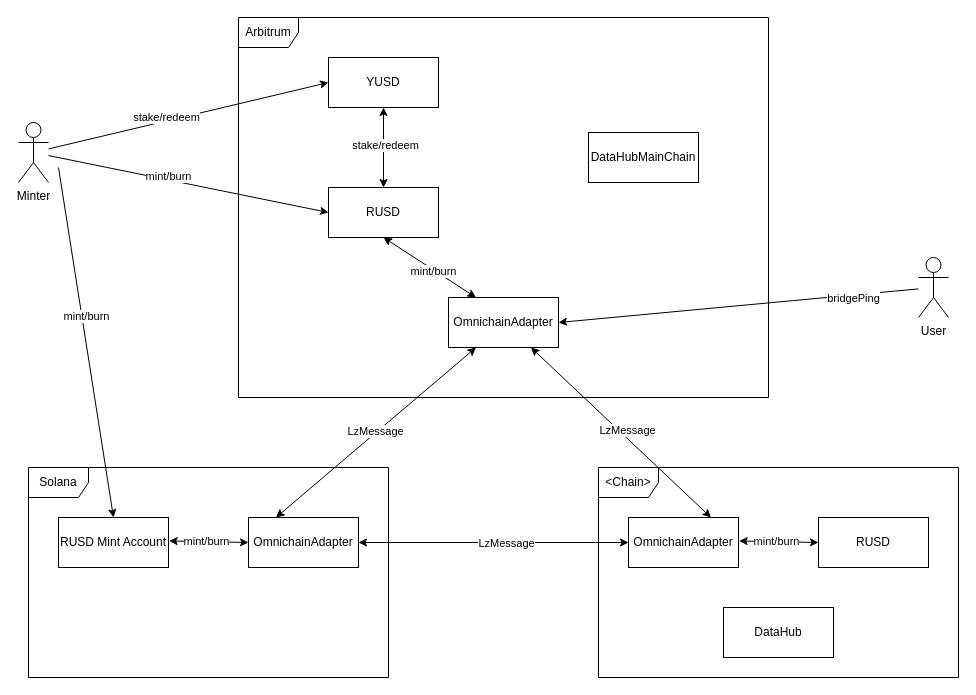
Before: docs/diagrams/contracts-architecture/diagram.drawio in Nox-Labs/sms-evm-contracts, a draw.io diagram. Source tidied: cells renumbered, new cells numbered last; positions are measured from the earlier drawing's top-left corner, leaving out a move shared by most shapes. Both pictures are drawn from the tidied source at 100%, with x=0, y=0 at pixel (18, 17).
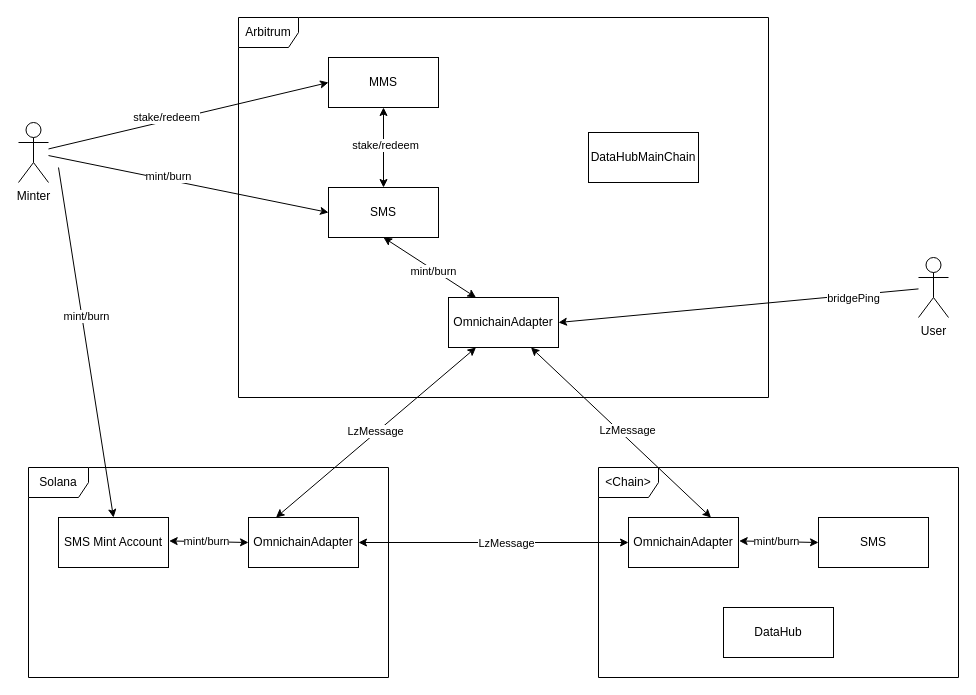
Above is the later version.

The change refers to these unchanged cells:
```xml
<mxCell id="23" style="group;" parent="1" vertex="1">
  <mxGeometry x="10" y="450" width="360" height="210" as="geometry" />
</mxCell>
<mxCell id="29" style="group;" parent="1" vertex="1">
  <mxGeometry x="580" y="450" width="360" height="210" as="geometry" />
</mxCell>
```

What changed in the source:
```diff
@@
-    <mxCell id="5" value="RUSD" style="html=1;whiteSpace=wrap;" parent="1" vertex="1">
+    <mxCell id="5" value="SMS" style="html=1;whiteSpace=wrap;" parent="1" vertex="1">
       <mxGeometry x="310" y="170" width="110" height="50" as="geometry" />
     </mxCell>
@@
-    <mxCell id="7" value="YUSD" style="html=1;whiteSpace=wrap;" parent="1" vertex="1">
+    <mxCell id="7" value="MMS" style="html=1;whiteSpace=wrap;" parent="1" vertex="1">
       <mxGeometry x="310" y="40" width="110" height="50" as="geometry" />
     </mxCell>
@@
-    <mxCell id="25" value="RUSD Mint Account" style="html=1;whiteSpace=wrap;" parent="23" vertex="1">
+    <mxCell id="25" value="SMS&amp;nbsp;Mint Account" style="html=1;whiteSpace=wrap;" parent="23" vertex="1">
       <mxGeometry x="30" y="50" width="110" height="50" as="geometry" />
     </mxCell>
@@
-    <mxCell id="32" value="RUSD" style="html=1;whiteSpace=wrap;" parent="29" vertex="1">
+    <mxCell id="32" value="SMS" style="html=1;whiteSpace=wrap;" parent="29" vertex="1">
       <mxGeometry x="220" y="50" width="110" height="50" as="geometry" />
     </mxCell>
```
